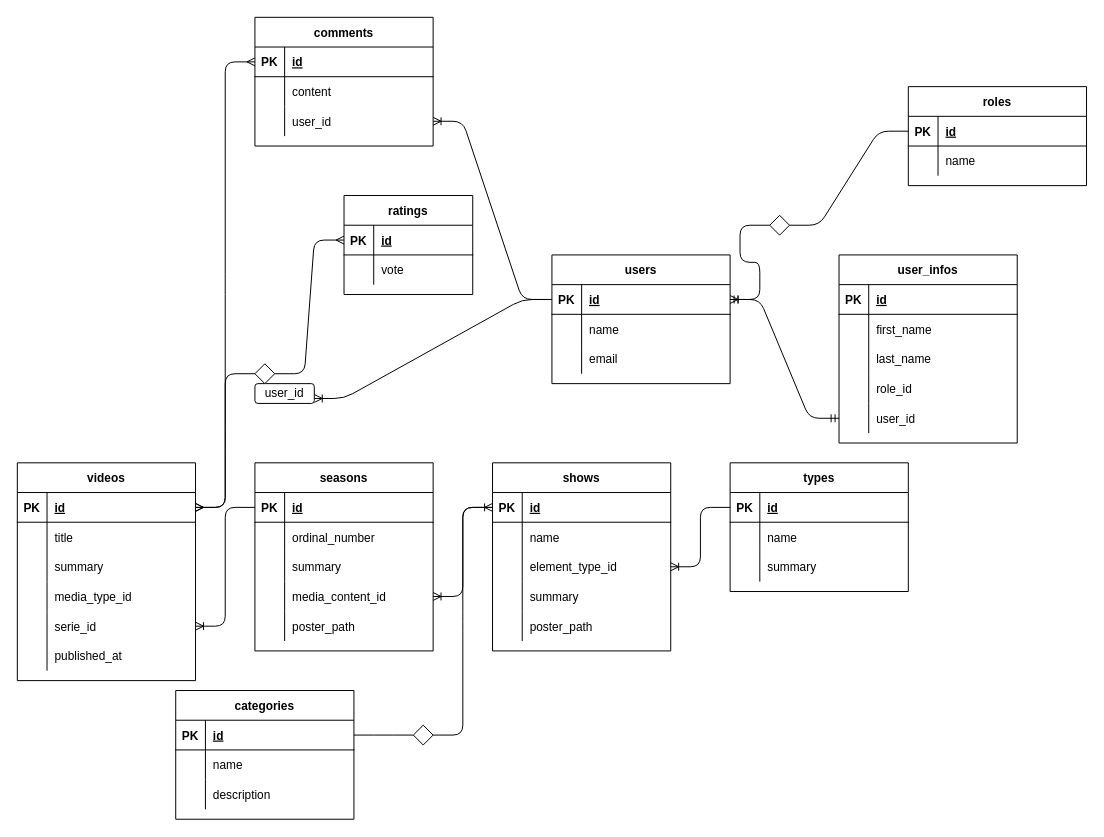
cincenfrank/cincenflix_laravel keeps this draw.io diagram as docs/db.drawio. Above is the earlier version. Source tidied: cells renumbered, new cells numbered last; positions are measured from the earlier drawing's top-left corner, leaving out a move shared by most shapes. Both pictures are drawn from the tidied source at 99%, with x=0, y=0 at pixel (17, 17).
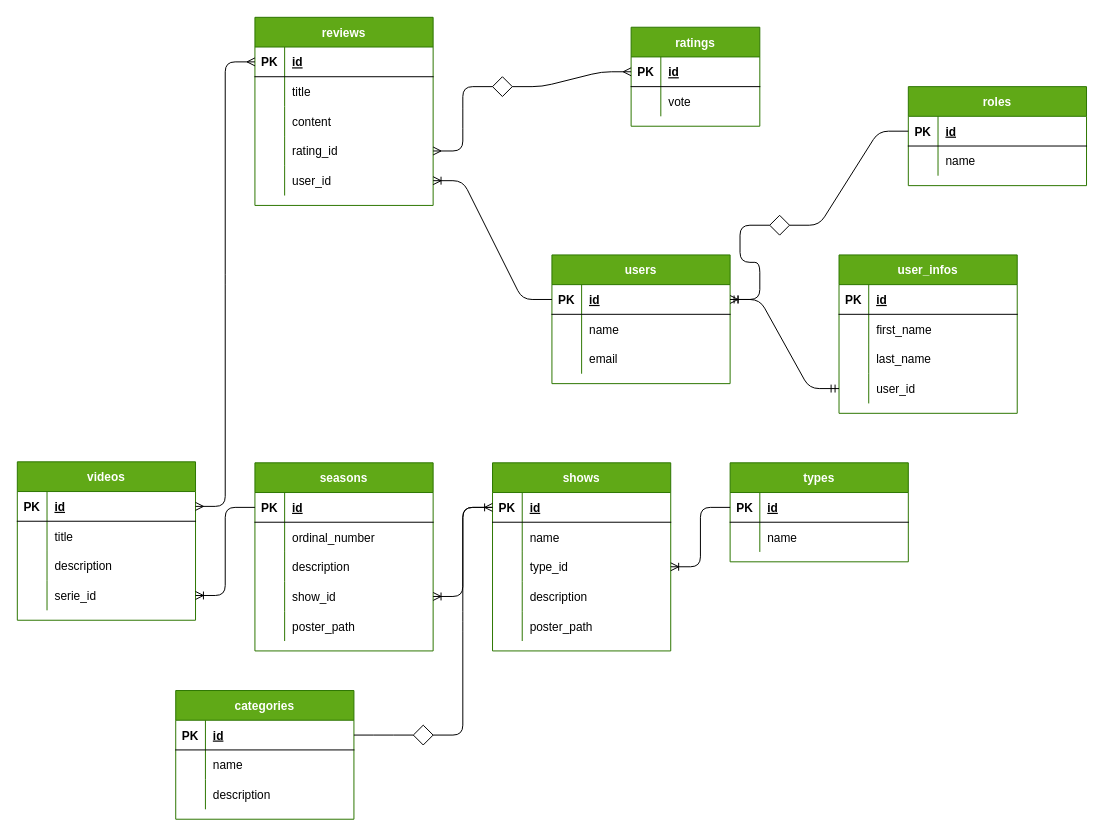
After the change.

The change refers to these unchanged cells:
```xml
<mxCell id="3" style="shape=partialRectangle;fillColor=none;top=0;left=0;bottom=1;right=0;points=[[0,0.5],[1,0.5]];portConstraint=eastwest;" parent="2" vertex="1">
  <mxGeometry y="30" width="180" height="30" as="geometry" />
</mxCell>
<mxCell id="9" style="shape=partialRectangle;fillColor=none;top=0;left=0;bottom=0;right=0;" parent="2" vertex="1">
  <mxGeometry y="90" width="180" height="30" as="geometry" />
</mxCell>
<mxCell id="28" style="shape=partialRectangle;fillColor=none;top=0;left=0;bottom=0;right=0;" parent="21" vertex="1">
  <mxGeometry y="90" width="180" height="30" as="geometry" />
</mxCell>
<mxCell id="31" style="shape=partialRectangle;fillColor=none;top=0;left=0;bottom=0;right=0;points=[[0,0.5],[1,0.5]];portConstraint=eastwest;" parent="21" vertex="1">
  <mxGeometry y="120" width="180" height="30" as="geometry" />
</mxCell>
<mxCell id="44" style="shape=partialRectangle;fillColor=none;top=0;left=0;bottom=0;right=0;points=[[0,0.5],[1,0.5]];portConstraint=eastwest;" parent="37" vertex="1">
  <mxGeometry y="90" width="180" height="30" as="geometry" />
</mxCell>
<mxCell id="47" style="shape=partialRectangle;fillColor=none;top=0;left=0;bottom=0;right=0;" parent="37" vertex="1">
  <mxGeometry y="120" width="180" height="30" as="geometry" />
</mxCell>
<mxCell id="64" style="shape=partialRectangle;fillColor=none;top=0;left=0;bottom=1;right=0;points=[[0,0.5],[1,0.5]];portConstraint=eastwest;" parent="63" vertex="1">
  <mxGeometry y="30" width="180" height="30" as="geometry" />
</mxCell>
```

What changed in the source:
```diff
@@
-    <mxCell id="2" value="videos" style="shape=table;startSize=30;childLayout=tableLayout;rowLines=0;fontStyle=1;align=center;" parent="1" vertex="1">
-      <mxGeometry y="450" width="180" height="220" as="geometry" />
+    <mxCell id="2" value="videos" style="shape=table;startSize=30;childLayout=tableLayout;rowLines=0;fontStyle=1;align=center;fillColor=#60a917;fontColor=#ffffff;strokeColor=#2D7600;" parent="1" vertex="1">
+      <mxGeometry y="449" width="180" height="160" as="geometry" />
     </mxCell>
@@
-    <mxCell id="11" value="summary" style="shape=partialRectangle;fillColor=none;top=0;left=0;bottom=0;right=0;align=left;spacingLeft=6;overflow=hidden;" parent="9" vertex="1">
+    <mxCell id="11" value="description" style="shape=partialRectangle;fillColor=none;top=0;left=0;bottom=0;right=0;align=left;spacingLeft=6;overflow=hidden;" parent="9" vertex="1">
       <mxGeometry x="30" width="150" height="30" as="geometry" />
     </mxCell>
-    <mxCell id="12" style="shape=partialRectangle;fillColor=none;top=0;left=0;bottom=0;right=0;" parent="2" vertex="1">
-      <mxGeometry y="120" width="180" height="30" as="geometry" />
-    </mxCell>
-    <mxCell id="13" style="shape=partialRectangle;fillColor=none;top=0;left=0;bottom=0;right=0;overflow=hidden;" parent="12" vertex="1">
-      <mxGeometry width="30" height="30" as="geometry" />
-    </mxCell>
-    <mxCell id="14" value="media_type_id" style="shape=partialRectangle;fillColor=none;top=0;left=0;bottom=0;right=0;align=left;spacingLeft=6;overflow=hidden;" parent="12" vertex="1">
-      <mxGeometry x="30" width="150" height="30" as="geometry" />
-    </mxCell>
     <mxCell id="15" style="shape=partialRectangle;fillColor=none;top=0;left=0;bottom=0;right=0;points=[[0,0.5],[1,0.5]];portConstraint=eastwest;" parent="2" vertex="1">
-      <mxGeometry y="150" width="180" height="30" as="geometry" />
+      <mxGeometry y="120" width="180" height="30" as="geometry" />
     </mxCell>
@@
-    <mxCell id="18" style="shape=partialRectangle;fillColor=none;top=0;left=0;bottom=0;right=0;" parent="2" vertex="1">
-      <mxGeometry y="180" width="180" height="30" as="geometry" />
-    </mxCell>
-    <mxCell id="19" style="shape=partialRectangle;fillColor=none;top=0;left=0;bottom=0;right=0;overflow=hidden;" parent="18" vertex="1">
-      <mxGeometry width="30" height="30" as="geometry" />
-    </mxCell>
-    <mxCell id="20" value="published_at" style="shape=partialRectangle;fillColor=none;top=0;left=0;bottom=0;right=0;align=left;spacingLeft=6;overflow=hidden;" parent="18" vertex="1">
-      <mxGeometry x="30" width="150" height="30" as="geometry" />
-    </mxCell>
-    <mxCell id="21" value="seasons" style="shape=table;startSize=30;childLayout=tableLayout;rowLines=0;fontStyle=1;align=center;" parent="1" vertex="1">
+    <mxCell id="21" value="seasons" style="shape=table;startSize=30;childLayout=tableLayout;rowLines=0;fontStyle=1;align=center;fillColor=#60a917;fontColor=#ffffff;strokeColor=#2D7600;" parent="1" vertex="1">
       <mxGeometry x="240" y="450" width="180" height="190" as="geometry" />
     </mxCell>
@@
-    <mxCell id="30" value="summary" style="shape=partialRectangle;fillColor=none;top=0;left=0;bottom=0;right=0;align=left;spacingLeft=6;overflow=hidden;" parent="28" vertex="1">
+    <mxCell id="30" value="description" style="shape=partialRectangle;fillColor=none;top=0;left=0;bottom=0;right=0;align=left;spacingLeft=6;overflow=hidden;" parent="28" vertex="1">
       <mxGeometry x="30" width="150" height="30" as="geometry" />
     </mxCell>
@@
-    <mxCell id="33" value="media_content_id" style="shape=partialRectangle;fillColor=none;top=0;left=0;bottom=0;right=0;align=left;spacingLeft=6;overflow=hidden;" parent="31" vertex="1">
+    <mxCell id="33" value="show_id" style="shape=partialRectangle;fillColor=none;top=0;left=0;bottom=0;right=0;align=left;spacingLeft=6;overflow=hidden;" parent="31" vertex="1">
       <mxGeometry x="30" width="150" height="30" as="geometry" />
     </mxCell>
@@
-    <mxCell id="37" value="shows" style="shape=table;startSize=30;childLayout=tableLayout;rowLines=0;fontStyle=1;align=center;" parent="1" vertex="1">
+    <mxCell id="37" value="shows" style="shape=table;startSize=30;childLayout=tableLayout;rowLines=0;fontStyle=1;align=center;fillColor=#60a917;fontColor=#ffffff;strokeColor=#2D7600;" parent="1" vertex="1">
       <mxGeometry x="480" y="450" width="180" height="190" as="geometry" />
     </mxCell>
@@
-    <mxCell id="46" value="element_type_id" style="shape=partialRectangle;fillColor=none;top=0;left=0;bottom=0;right=0;align=left;spacingLeft=6;overflow=hidden;" parent="44" vertex="1">
+    <mxCell id="46" value="type_id" style="shape=partialRectangle;fillColor=none;top=0;left=0;bottom=0;right=0;align=left;spacingLeft=6;overflow=hidden;" parent="44" vertex="1">
       <mxGeometry x="30" width="150" height="30" as="geometry" />
     </mxCell>
@@
-    <mxCell id="49" value="summary" style="shape=partialRectangle;fillColor=none;top=0;left=0;bottom=0;right=0;align=left;spacingLeft=6;fontStyle=0;overflow=hidden;" parent="47" vertex="1">
+    <mxCell id="49" value="description" style="shape=partialRectangle;fillColor=none;top=0;left=0;bottom=0;right=0;align=left;spacingLeft=6;fontStyle=0;overflow=hidden;" parent="47" vertex="1">
       <mxGeometry x="30" width="150" height="30" as="geometry" />
     </mxCell>
@@
-    <mxCell id="53" value="types" style="shape=table;startSize=30;childLayout=tableLayout;rowLines=0;fontStyle=1;align=center;" parent="1" vertex="1">
-      <mxGeometry x="720" y="450" width="180" height="130" as="geometry" />
+    <mxCell id="53" value="types" style="shape=table;startSize=30;childLayout=tableLayout;rowLines=0;fontStyle=1;align=center;fillColor=#60a917;fontColor=#ffffff;strokeColor=#2D7600;" parent="1" vertex="1">
+      <mxGeometry x="720" y="450" width="180" height="100" as="geometry" />
     </mxCell>
@@
-    <mxCell id="60" style="shape=partialRectangle;fillColor=none;top=0;left=0;bottom=0;right=0;" parent="53" vertex="1">
-      <mxGeometry y="90" width="180" height="30" as="geometry" />
-    </mxCell>
-    <mxCell id="61" style="shape=partialRectangle;fillColor=none;top=0;left=0;bottom=0;right=0;overflow=hidden;" parent="60" vertex="1">
-      <mxGeometry width="30" height="30" as="geometry" />
-    </mxCell>
-    <mxCell id="62" value="summary" style="shape=partialRectangle;fillColor=none;top=0;left=0;bottom=0;right=0;align=left;spacingLeft=6;overflow=hidden;" parent="60" vertex="1">
-      <mxGeometry x="30" width="150" height="30" as="geometry" />
-    </mxCell>
-    <mxCell id="63" value="users" style="shape=table;startSize=30;childLayout=tableLayout;rowLines=0;fontStyle=1;align=center;" parent="1" vertex="1">
+    <mxCell id="63" value="users" style="shape=table;startSize=30;childLayout=tableLayout;rowLines=0;fontStyle=1;align=center;fillColor=#60a917;fontColor=#ffffff;strokeColor=#2D7600;" parent="1" vertex="1">
       <mxGeometry x="540" y="240" width="180" height="130" as="geometry" />
     </mxCell>
@@
-    <mxCell id="73" value="roles" style="shape=table;startSize=30;childLayout=tableLayout;rowLines=0;fontStyle=1;align=center;" parent="1" vertex="1">
+    <mxCell id="73" value="roles" style="shape=table;startSize=30;childLayout=tableLayout;rowLines=0;fontStyle=1;align=center;fillColor=#60a917;fontColor=#ffffff;strokeColor=#2D7600;" parent="1" vertex="1">
       <mxGeometry x="900" y="70" width="180" height="100" as="geometry" />
     </mxCell>
@@
-    <mxCell id="80" value="comments" style="shape=table;startSize=30;childLayout=tableLayout;rowLines=0;fontStyle=1;align=center;" parent="1" vertex="1">
-      <mxGeometry x="240" width="180" height="130" as="geometry" />
+    <mxCell id="80" value="reviews" style="shape=table;startSize=30;childLayout=tableLayout;rowLines=0;fontStyle=1;align=center;fillColor=#60a917;fontColor=#ffffff;strokeColor=#2D7600;" parent="1" vertex="1">
+      <mxGeometry x="240" width="180" height="190" as="geometry" />
     </mxCell>
@@
+    <mxCell id="140" style="shape=partialRectangle;fillColor=none;top=0;left=0;bottom=0;right=0;" parent="80" vertex="1">
+      <mxGeometry y="60" width="180" height="30" as="geometry" />
+    </mxCell>
+    <mxCell id="141" style="shape=partialRectangle;fillColor=none;top=0;left=0;bottom=0;right=0;overflow=hidden;" parent="140" vertex="1">
+      <mxGeometry width="30" height="30" as="geometry" />
+    </mxCell>
+    <mxCell id="142" value="title" style="shape=partialRectangle;fillColor=none;top=0;left=0;bottom=0;right=0;align=left;spacingLeft=6;overflow=hidden;" parent="140" vertex="1">
+      <mxGeometry x="30" width="150" height="30" as="geometry" />
+    </mxCell>
     <mxCell id="84" style="shape=partialRectangle;fillColor=none;top=0;left=0;bottom=0;right=0;" parent="80" vertex="1">
-      <mxGeometry y="60" width="180" height="30" as="geometry" />
+      <mxGeometry y="90" width="180" height="30" as="geometry" />
     </mxCell>
@@
+    <mxCell id="143" style="shape=partialRectangle;fillColor=none;top=0;left=0;bottom=0;right=0;points=[[0,0.5],[1,0.5]];portConstraint=eastwest;" parent="80" vertex="1">
+      <mxGeometry y="120" width="180" height="30" as="geometry" />
+    </mxCell>
+    <mxCell id="144" style="shape=partialRectangle;fillColor=none;top=0;left=0;bottom=0;right=0;overflow=hidden;" parent="143" vertex="1">
+      <mxGeometry width="30" height="30" as="geometry" />
+    </mxCell>
+    <mxCell id="145" value="rating_id" style="shape=partialRectangle;fillColor=none;top=0;left=0;bottom=0;right=0;align=left;spacingLeft=6;overflow=hidden;" parent="143" vertex="1">
+      <mxGeometry x="30" width="150" height="30" as="geometry" />
+    </mxCell>
     <mxCell id="87" style="shape=partialRectangle;fillColor=none;top=0;left=0;bottom=0;right=0;points=[[0,0.5],[1,0.5]];portConstraint=eastwest;" parent="80" vertex="1">
-      <mxGeometry y="90" width="180" height="30" as="geometry" />
+      <mxGeometry y="150" width="180" height="30" as="geometry" />
     </mxCell>
@@
-    <mxCell id="90" value="ratings" style="shape=table;startSize=30;childLayout=tableLayout;rowLines=0;fontStyle=1;align=center;" parent="1" vertex="1">
-      <mxGeometry x="330" y="180" width="130" height="100" as="geometry" />
+    <mxCell id="90" value="ratings" style="shape=table;startSize=30;childLayout=tableLayout;rowLines=0;fontStyle=1;align=center;fillColor=#60a917;fontColor=#ffffff;strokeColor=#2D7600;" parent="1" vertex="1">
+      <mxGeometry x="620" y="10" width="130" height="100" as="geometry" />
     </mxCell>
@@
-    <mxCell id="97" value="categories" style="shape=table;startSize=30;childLayout=tableLayout;rowLines=0;fontStyle=1;align=center;" parent="1" vertex="1">
+    <mxCell id="97" value="categories" style="shape=table;startSize=30;childLayout=tableLayout;rowLines=0;fontStyle=1;align=center;fillColor=#60a917;fontColor=#ffffff;strokeColor=#2D7600;" parent="1" vertex="1">
       <mxGeometry x="160" y="680" width="180" height="130" as="geometry" />
     </mxCell>
@@
-    <mxCell id="112" style="edgeStyle=entityRelationEdgeStyle;fontSize=12;html=1;endArrow=ERoneToMany;exitX=0;exitY=0.5;exitDx=0;exitDy=0;entryX=1;entryY=0.75;entryDx=0;entryDy=0;" parent="1" edge="1" source="64" target="133">
-      <mxGeometry relative="1" as="geometry" />
-    </mxCell>
@@
-    <mxCell id="116" value="user_infos" style="shape=table;startSize=30;childLayout=tableLayout;rowLines=0;fontStyle=1;align=center;" parent="1" vertex="1">
-      <mxGeometry x="830" y="240" width="180" height="190" as="geometry" />
+    <mxCell id="116" value="user_infos" style="shape=table;startSize=30;childLayout=tableLayout;rowLines=0;fontStyle=1;align=center;fillColor=#60a917;fontColor=#ffffff;strokeColor=#2D7600;" parent="1" vertex="1">
+      <mxGeometry x="830" y="240" width="180" height="160" as="geometry" />
     </mxCell>
@@
-    <mxCell id="126" style="shape=partialRectangle;fillColor=none;top=0;left=0;bottom=0;right=0;" parent="116" vertex="1">
-      <mxGeometry y="120" width="180" height="30" as="geometry" />
-    </mxCell>
-    <mxCell id="127" style="shape=partialRectangle;fillColor=none;top=0;left=0;bottom=0;right=0;overflow=hidden;" parent="126" vertex="1">
-      <mxGeometry width="30" height="30" as="geometry" />
-    </mxCell>
-    <mxCell id="128" value="role_id" style="shape=partialRectangle;fillColor=none;top=0;left=0;bottom=0;right=0;align=left;spacingLeft=6;overflow=hidden;" parent="126" vertex="1">
-      <mxGeometry x="30" width="150" height="30" as="geometry" />
-    </mxCell>
     <mxCell id="129" style="shape=partialRectangle;fillColor=none;top=0;left=0;bottom=0;right=0;points=[[0,0.5],[1,0.5]];portConstraint=eastwest;" parent="116" vertex="1">
-      <mxGeometry y="150" width="180" height="30" as="geometry" />
+      <mxGeometry y="120" width="180" height="30" as="geometry" />
     </mxCell>
@@
-    <mxCell id="133" value="user_id" style="rounded=1;whiteSpace=wrap;html=1;" parent="1" vertex="1">
-      <mxGeometry x="240" y="370" width="60" height="20" as="geometry" />
-    </mxCell>
@@
     <mxCell id="136" style="rhombus;whiteSpace=wrap;html=1;" parent="1" vertex="1">
-      <mxGeometry x="240" y="350" width="20" height="20" as="geometry" />
+      <mxGeometry x="480" y="60" width="20" height="20" as="geometry" />
     </mxCell>
-    <mxCell id="137" style="edgeStyle=entityRelationEdgeStyle;fontSize=12;html=1;endArrow=none;startArrow=ERmany;exitX=1;exitY=0.5;exitDx=0;exitDy=0;entryX=0;entryY=0.5;entryDx=0;entryDy=0;" parent="1" edge="1" source="3" target="136">
+    <mxCell id="137" style="edgeStyle=entityRelationEdgeStyle;fontSize=12;html=1;endArrow=none;startArrow=ERmany;exitX=1;exitY=0.5;exitDx=0;exitDy=0;entryX=0;entryY=0.5;entryDx=0;entryDy=0;" parent="1" edge="1" source="143" target="136">
       <mxGeometry relative="1" as="geometry" />
     </mxCell>
```
